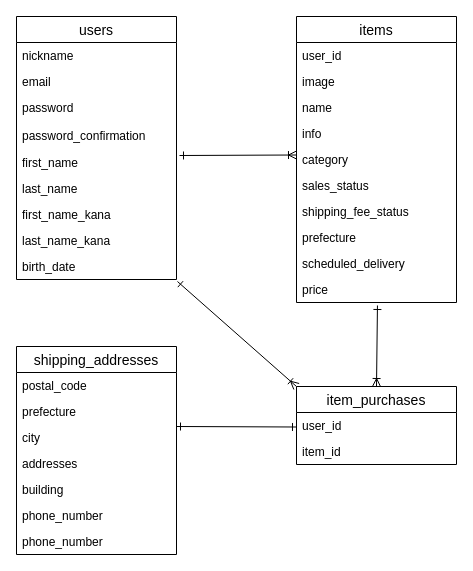
The draw.io diagram app/models/ER.dio in kentaroupstream/furima-29337, before the edit. Source tidied: cells renumbered, new cells numbered last; positions are measured from the earlier drawing's top-left corner, leaving out a move shared by most shapes. Both pictures are drawn from the tidied source at 100%, with x=0, y=0 at pixel (16, 16).
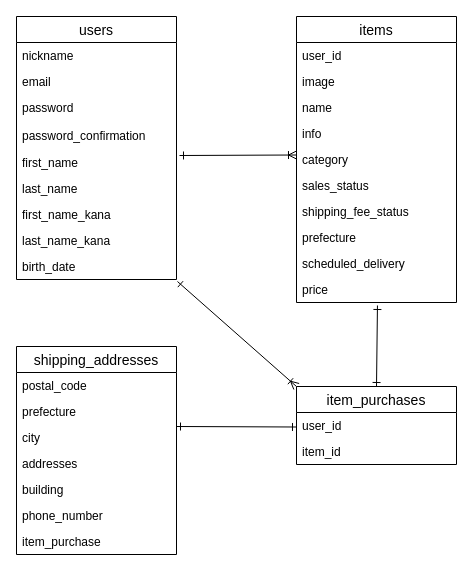
The same diagram, later.

Commit message (it also covers changes not shown here):
修正点の修正４

The change refers to these unchanged cells:
```xml
<mxCell id="24" value="price" style="text;strokeColor=none;fillColor=none;spacingLeft=4;spacingRight=4;overflow=hidden;points=[[0,0.5],[1,0.5]];portConstraint=eastwest;fontSize=12;" parent="13" vertex="1">
  <mxGeometry y="260" width="160" height="26" as="geometry" />
</mxCell>
<mxCell id="25" value="shipping_addresses" style="swimlane;fontStyle=0;horizontal=1;startSize=26;align=center;fontSize=14;" parent="1" vertex="1">
  <mxGeometry y="330" width="160" height="208" as="geometry" />
</mxCell>
<mxCell id="33" value="item_purchases" style="swimlane;fontStyle=0;horizontal=1;startSize=26;align=center;fontSize=14;" parent="1" vertex="1">
  <mxGeometry x="280" y="370" width="160" height="78" as="geometry" />
</mxCell>
```

The edit, as a diff of the source:
```diff
@@
-    <mxCell id="32" value="phone_number" style="text;strokeColor=none;fillColor=none;spacingLeft=4;spacingRight=4;overflow=hidden;fontSize=12;" parent="25" vertex="1">
+    <mxCell id="32" value="item_purchase" style="text;strokeColor=none;fillColor=none;spacingLeft=4;spacingRight=4;overflow=hidden;fontSize=12;" parent="25" vertex="1">
       <mxGeometry y="182" width="160" height="26" as="geometry" />
     </mxCell>
@@
-    <mxCell id="37" style="endArrow=ERoneToMany;html=1;rounded=0;startArrow=ERone;startFill=0;endFill=0;exitX=0.506;exitY=1.115;exitDx=0;exitDy=0;exitPerimeter=0;entryX=0.5;entryY=0;entryDx=0;entryDy=0;" parent="1" edge="1" source="24" target="33">
+    <mxCell id="37" style="endArrow=ERone;html=1;rounded=0;startArrow=ERone;startFill=0;endFill=0;exitX=0.506;exitY=1.115;exitDx=0;exitDy=0;exitPerimeter=0;entryX=0.5;entryY=0;entryDx=0;entryDy=0;" parent="1" edge="1" source="24" target="33">
       <mxGeometry relative="1" as="geometry" />
     </mxCell>
```
